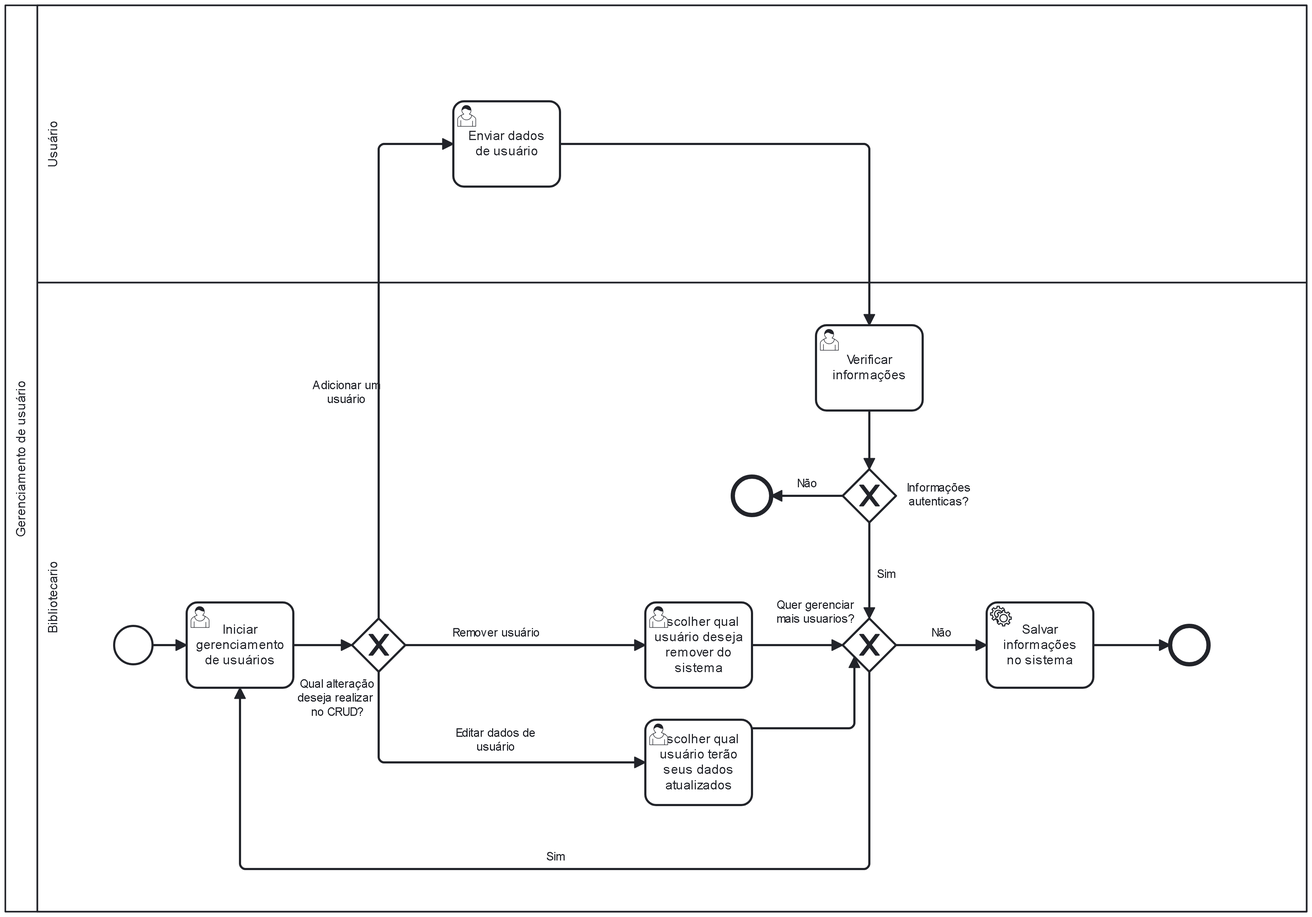
Before: docs/images/processoGU.png, a diagram exported from BPMN (arthurcuri/webook-tis2). Its source is kept beside it as docs/images/processoGU.bpmn. Ids are renumbered.
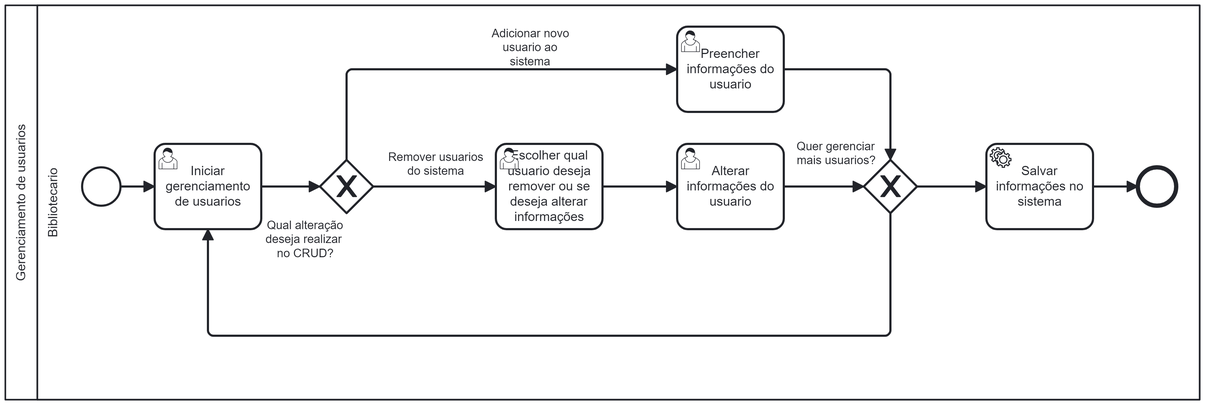
Above is the later version.

The edit, as a diff of the source:
```diff
@@ -1,240 +1,167 @@
-<bpmn:definitions xmlns:bpmn="http://www.omg.org/spec/BPMN/20100524/MODEL" xmlns:bpmndi="http://www.omg.org/spec/BPMN/20100524/DI" xmlns:dc="http://www.omg.org/spec/DD/20100524/DC" xmlns:di="http://www.omg.org/spec/DD/20100524/DI" xmlns:modeler="http://camunda.org/schema/modeler/1.0" id="Definitions_n1" targetNamespace="http://bpmn.io/schema/bpmn" exporter="Camunda Modeler" exporterVersion="5.20.0" modeler:executionPlatform="Camunda Cloud" modeler:executionPlatformVersion="8.4.0">
-  <bpmn:collaboration id="Collaboration_n2">
-    <bpmn:participant id="Participant_n3" name="Gerenciamento de usuário" processRef="Process_n4" />
+<bpmn:definitions xmlns:bpmn="http://www.omg.org/spec/BPMN/20100524/MODEL" xmlns:bpmndi="http://www.omg.org/spec/BPMN/20100524/DI" xmlns:dc="http://www.omg.org/spec/DD/20100524/DC" xmlns:di="http://www.omg.org/spec/DD/20100524/DI" xmlns:modeler="http://camunda.org/schema/modeler/1.0" id="Definitions_n1" targetNamespace="http://bpmn.io/schema/bpmn" exporter="Camunda Modeler" exporterVersion="5.22.0" modeler:executionPlatform="Camunda Cloud" modeler:executionPlatformVersion="8.4.0">
+  <bpmn:collaboration id="Collaboration_n52">
+    <bpmn:participant id="Participant_n53" name="Gerenciamento de usuarios" processRef="Process_n54" />
   </bpmn:collaboration>
-  <bpmn:process id="Process_n4" isExecutable="true">
-    <bpmn:laneSet id="LaneSet_n5">
-      <bpmn:lane id="Lane_n6" name="Usuário">
-        <bpmn:flowNodeRef>Activity_n7</bpmn:flowNodeRef>
-      </bpmn:lane>
-      <bpmn:lane id="Lane_n8" name="Bibliotecario">
-        <bpmn:flowNodeRef>Event_n9</bpmn:flowNodeRef>
-        <bpmn:flowNodeRef>Event_n10</bpmn:flowNodeRef>
-        <bpmn:flowNodeRef>Activity_n11</bpmn:flowNodeRef>
-        <bpmn:flowNodeRef>Gateway_n12</bpmn:flowNodeRef>
-        <bpmn:flowNodeRef>Gateway_n13</bpmn:flowNodeRef>
-        <bpmn:flowNodeRef>Activity_n14</bpmn:flowNodeRef>
-        <bpmn:flowNodeRef>Activity_n15</bpmn:flowNodeRef>
-        <bpmn:flowNodeRef>Activity_n16</bpmn:flowNodeRef>
-        <bpmn:flowNodeRef>Activity_n17</bpmn:flowNodeRef>
-        <bpmn:flowNodeRef>Gateway_n18</bpmn:flowNodeRef>
-        <bpmn:flowNodeRef>Event_n19</bpmn:flowNodeRef>
+  <bpmn:process id="Process_n54" isExecutable="true">
+    <bpmn:laneSet id="LaneSet_n55">
+      <bpmn:lane id="Lane_n56" name="Bibliotecario">
+        <bpmn:flowNodeRef>Event_n57</bpmn:flowNodeRef>
+        <bpmn:flowNodeRef>Gateway_n58</bpmn:flowNodeRef>
+        <bpmn:flowNodeRef>Event_n59</bpmn:flowNodeRef>
+        <bpmn:flowNodeRef>Activity_n60</bpmn:flowNodeRef>
+        <bpmn:flowNodeRef>Activity_n61</bpmn:flowNodeRef>
+        <bpmn:flowNodeRef>Activity_n62</bpmn:flowNodeRef>
+        <bpmn:flowNodeRef>Activity_n63</bpmn:flowNodeRef>
+        <bpmn:flowNodeRef>Gateway_n64</bpmn:flowNodeRef>
+        <bpmn:flowNodeRef>Activity_n65</bpmn:flowNodeRef>
       </bpmn:lane>
     </bpmn:laneSet>
-    <bpmn:userTask id="Activity_n7" name="Enviar dados de usuário">
-      <bpmn:incoming>Flow_n20</bpmn:incoming>
-      <bpmn:outgoing>Flow_n21</bpmn:outgoing>
+    <bpmn:startEvent id="Event_n57">
+      <bpmn:outgoing>Flow_n66</bpmn:outgoing>
+    </bpmn:startEvent>
+    <bpmn:exclusiveGateway id="Gateway_n58" name="Qual alteração deseja realizar   no CRUD?">
+      <bpmn:incoming>Flow_n67</bpmn:incoming>
+      <bpmn:outgoing>Flow_n68</bpmn:outgoing>
+      <bpmn:outgoing>Flow_n69</bpmn:outgoing>
+    </bpmn:exclusiveGateway>
+    <bpmn:endEvent id="Event_n59">
+      <bpmn:incoming>Flow_n70</bpmn:incoming>
+    </bpmn:endEvent>
+    <bpmn:userTask id="Activity_n60" name="Iniciar gerenciamento de usuarios">
+      <bpmn:incoming>Flow_n66</bpmn:incoming>
+      <bpmn:incoming>Flow_n71</bpmn:incoming>
+      <bpmn:outgoing>Flow_n67</bpmn:outgoing>
     </bpmn:userTask>
-    <bpmn:startEvent id="Event_n9">
-      <bpmn:outgoing>Flow_n22</bpmn:outgoing>
-    </bpmn:startEvent>
-    <bpmn:endEvent id="Event_n10">
-      <bpmn:incoming>Flow_n23</bpmn:incoming>
-    </bpmn:endEvent>
-    <bpmn:serviceTask id="Activity_n11" name="Salvar informações no sistema">
-      <bpmn:incoming>Flow_n24</bpmn:incoming>
-      <bpmn:outgoing>Flow_n23</bpmn:outgoing>
+    <bpmn:userTask id="Activity_n61" name="Escolher qual usuario deseja remover ou se deseja alterar informações">
+      <bpmn:incoming>Flow_n69</bpmn:incoming>
+      <bpmn:outgoing>Flow_n72</bpmn:outgoing>
+    </bpmn:userTask>
+    <bpmn:userTask id="Activity_n62" name="Alterar informações do usuario">
+      <bpmn:incoming>Flow_n72</bpmn:incoming>
+      <bpmn:outgoing>Flow_n73</bpmn:outgoing>
+    </bpmn:userTask>
+    <bpmn:serviceTask id="Activity_n63" name="Salvar informações no sistema">
+      <bpmn:incoming>Flow_n74</bpmn:incoming>
+      <bpmn:outgoing>Flow_n70</bpmn:outgoing>
     </bpmn:serviceTask>
-    <bpmn:exclusiveGateway id="Gateway_n12" name="Qual alteração deseja realizar   no CRUD?">
-      <bpmn:incoming>Flow_n25</bpmn:incoming>
-      <bpmn:outgoing>Flow_n26</bpmn:outgoing>
-      <bpmn:outgoing>Flow_n27</bpmn:outgoing>
-      <bpmn:outgoing>Flow_n20</bpmn:outgoing>
+    <bpmn:exclusiveGateway id="Gateway_n64" name="Quer gerenciar mais usuarios?">
+      <bpmn:incoming>Flow_n73</bpmn:incoming>
+      <bpmn:incoming>Flow_n75</bpmn:incoming>
+      <bpmn:outgoing>Flow_n71</bpmn:outgoing>
+      <bpmn:outgoing>Flow_n74</bpmn:outgoing>
     </bpmn:exclusiveGateway>
-    <bpmn:exclusiveGateway id="Gateway_n13" name="Quer gerenciar mais usuarios?">
-      <bpmn:incoming>Flow_n28</bpmn:incoming>
-      <bpmn:incoming>Flow_n29</bpmn:incoming>
-      <bpmn:incoming>Flow_n30</bpmn:incoming>
-      <bpmn:outgoing>Flow_n24</bpmn:outgoing>
-      <bpmn:outgoing>Flow_n31</bpmn:outgoing>
-    </bpmn:exclusiveGateway>
-    <bpmn:userTask id="Activity_n14" name="Iniciar gerenciamento de usuários">
-      <bpmn:incoming>Flow_n22</bpmn:incoming>
-      <bpmn:incoming>Flow_n31</bpmn:incoming>
-      <bpmn:outgoing>Flow_n25</bpmn:outgoing>
+    <bpmn:userTask id="Activity_n65" name="Preencher informações do usuario">
+      <bpmn:incoming>Flow_n68</bpmn:incoming>
+      <bpmn:outgoing>Flow_n75</bpmn:outgoing>
     </bpmn:userTask>
-    <bpmn:userTask id="Activity_n15" name="Escolher qual usuário deseja remover do sistema">
-      <bpmn:incoming>Flow_n26</bpmn:incoming>
-      <bpmn:outgoing>Flow_n28</bpmn:outgoing>
-    </bpmn:userTask>
-    <bpmn:userTask id="Activity_n16" name="Escolher qual usuário terão seus dados atualizados">
-      <bpmn:incoming>Flow_n27</bpmn:incoming>
-      <bpmn:outgoing>Flow_n29</bpmn:outgoing>
-    </bpmn:userTask>
-    <bpmn:sequenceFlow id="Flow_n22" sourceRef="Event_n9" targetRef="Activity_n14" />
-    <bpmn:sequenceFlow id="Flow_n23" sourceRef="Activity_n11" targetRef="Event_n10" />
-    <bpmn:sequenceFlow id="Flow_n24" name="Não" sourceRef="Gateway_n13" targetRef="Activity_n11" />
-    <bpmn:sequenceFlow id="Flow_n25" sourceRef="Activity_n14" targetRef="Gateway_n12" />
-    <bpmn:sequenceFlow id="Flow_n26" name="Remover usuário" sourceRef="Gateway_n12" targetRef="Activity_n15" />
-    <bpmn:sequenceFlow id="Flow_n27" name="Editar dados de usuário" sourceRef="Gateway_n12" targetRef="Activity_n16" />
-    <bpmn:sequenceFlow id="Flow_n28" sourceRef="Activity_n15" targetRef="Gateway_n13" />
-    <bpmn:sequenceFlow id="Flow_n29" sourceRef="Activity_n16" targetRef="Gateway_n13" />
-    <bpmn:sequenceFlow id="Flow_n31" name="Sim" sourceRef="Gateway_n13" targetRef="Activity_n14" />
-    <bpmn:userTask id="Activity_n17" name="Verificar informações">
-      <bpmn:incoming>Flow_n21</bpmn:incoming>
-      <bpmn:outgoing>Flow_n32</bpmn:outgoing>
-    </bpmn:userTask>
-    <bpmn:exclusiveGateway id="Gateway_n18" name="Informações autenticas?">
-      <bpmn:incoming>Flow_n32</bpmn:incoming>
-      <bpmn:outgoing>Flow_n30</bpmn:outgoing>
-      <bpmn:outgoing>Flow_n33</bpmn:outgoing>
-    </bpmn:exclusiveGateway>
-    <bpmn:sequenceFlow id="Flow_n32" sourceRef="Activity_n17" targetRef="Gateway_n18" />
-    <bpmn:endEvent id="Event_n19">
-      <bpmn:incoming>Flow_n33</bpmn:incoming>
-    </bpmn:endEvent>
-    <bpmn:sequenceFlow id="Flow_n30" name="Sim" sourceRef="Gateway_n18" targetRef="Gateway_n13" />
-    <bpmn:sequenceFlow id="Flow_n33" name="Não" sourceRef="Gateway_n18" targetRef="Event_n19" />
-    <bpmn:sequenceFlow id="Flow_n20" name="Adicionar um usuário" sourceRef="Gateway_n12" targetRef="Activity_n7" />
-    <bpmn:sequenceFlow id="Flow_n21" sourceRef="Activity_n7" targetRef="Activity_n17" />
+    <bpmn:sequenceFlow id="Flow_n66" sourceRef="Event_n57" targetRef="Activity_n60" />
+    <bpmn:sequenceFlow id="Flow_n67" sourceRef="Activity_n60" targetRef="Gateway_n58" />
+    <bpmn:sequenceFlow id="Flow_n68" name="Adicionar novo usuario ao sistema" sourceRef="Gateway_n58" targetRef="Activity_n65" />
+    <bpmn:sequenceFlow id="Flow_n69" name="Remover usuarios do sistema" sourceRef="Gateway_n58" targetRef="Activity_n61" />
+    <bpmn:sequenceFlow id="Flow_n70" sourceRef="Activity_n63" targetRef="Event_n59" />
+    <bpmn:sequenceFlow id="Flow_n71" sourceRef="Gateway_n64" targetRef="Activity_n60" />
+    <bpmn:sequenceFlow id="Flow_n72" sourceRef="Activity_n61" targetRef="Activity_n62" />
+    <bpmn:sequenceFlow id="Flow_n73" sourceRef="Activity_n62" targetRef="Gateway_n64" />
+    <bpmn:sequenceFlow id="Flow_n74" sourceRef="Gateway_n64" targetRef="Activity_n63" />
+    <bpmn:sequenceFlow id="Flow_n75" sourceRef="Activity_n65" targetRef="Gateway_n64" />
   </bpmn:process>
   <bpmndi:BPMNDiagram id="BPMNDiagram_1">
-    <bpmndi:BPMNPlane id="BPMNPlane_1" bpmnElement="Collaboration_n2">
-      <bpmndi:BPMNShape id="Participant_n3_di" bpmnElement="Participant_n3" isHorizontal="true">
-        <dc:Bounds x="160" y="80" width="1220" height="850" />
+    <bpmndi:BPMNPlane id="BPMNPlane_1" bpmnElement="Collaboration_n52">
+      <bpmndi:BPMNShape id="BPMNShape_n76" bpmnElement="Participant_n53" isHorizontal="true">
+        <dc:Bounds x="160" y="80" width="1120" height="370" />
         <bpmndi:BPMNLabel />
       </bpmndi:BPMNShape>
-      <bpmndi:BPMNShape id="Lane_n8_di" bpmnElement="Lane_n8" isHorizontal="true">
-        <dc:Bounds x="190" y="340" width="1190" height="590" />
+      <bpmndi:BPMNShape id="BPMNShape_n77" bpmnElement="Lane_n56" isHorizontal="true">
+        <dc:Bounds x="190" y="80" width="1090" height="370" />
         <bpmndi:BPMNLabel />
       </bpmndi:BPMNShape>
-      <bpmndi:BPMNShape id="Lane_n6_di" bpmnElement="Lane_n6" isHorizontal="true">
-        <dc:Bounds x="190" y="80" width="1190" height="260" />
+      <bpmndi:BPMNShape id="BPMNShape_n78" bpmnElement="Event_n57">
+        <dc:Bounds x="232" y="232" width="36" height="36" />
+      </bpmndi:BPMNShape>
+      <bpmndi:BPMNShape id="BPMNShape_n79" bpmnElement="Gateway_n58" isMarkerVisible="true">
+        <dc:Bounds x="455" y="225" width="50" height="50" />
+        <bpmndi:BPMNLabel>
+          <dc:Bounds x="404" y="280" width="75" height="40" />
+        </bpmndi:BPMNLabel>
+      </bpmndi:BPMNShape>
+      <bpmndi:BPMNShape id="BPMNShape_n80" bpmnElement="Event_n59">
+        <dc:Bounds x="1222" y="232" width="36" height="36" />
+      </bpmndi:BPMNShape>
+      <bpmndi:BPMNShape id="BPMNShape_n81" bpmnElement="Activity_n60">
+        <dc:Bounds x="300" y="210" width="100" height="80" />
         <bpmndi:BPMNLabel />
       </bpmndi:BPMNShape>
-      <bpmndi:BPMNShape id="Activity_0553rb0_di" bpmnElement="Activity_n7">
-        <dc:Bounds x="580" y="170" width="100" height="80" />
+      <bpmndi:BPMNShape id="BPMNShape_n82" bpmnElement="Activity_n61">
+        <dc:Bounds x="620" y="210" width="100" height="80" />
         <bpmndi:BPMNLabel />
       </bpmndi:BPMNShape>
-      <bpmndi:BPMNShape id="BPMNShape_n34" bpmnElement="Event_n9">
-        <dc:Bounds x="262" y="662" width="36" height="36" />
-      </bpmndi:BPMNShape>
-      <bpmndi:BPMNShape id="BPMNShape_n35" bpmnElement="Event_n10">
-        <dc:Bounds x="1252" y="662" width="36" height="36" />
-      </bpmndi:BPMNShape>
-      <bpmndi:BPMNShape id="BPMNShape_n36" bpmnElement="Activity_n11">
-        <dc:Bounds x="1080" y="640" width="100" height="80" />
+      <bpmndi:BPMNShape id="BPMNShape_n83" bpmnElement="Activity_n62">
+        <dc:Bounds x="790" y="210" width="100" height="80" />
         <bpmndi:BPMNLabel />
       </bpmndi:BPMNShape>
-      <bpmndi:BPMNShape id="BPMNShape_n37" bpmnElement="Gateway_n12" isMarkerVisible="true">
-        <dc:Bounds x="485" y="655" width="50" height="50" />
+      <bpmndi:BPMNShape id="BPMNShape_n84" bpmnElement="Activity_n63">
+        <dc:Bounds x="1080" y="210" width="100" height="80" />
+        <bpmndi:BPMNLabel />
+      </bpmndi:BPMNShape>
+      <bpmndi:BPMNShape id="BPMNShape_n85" bpmnElement="Gateway_n64" isMarkerVisible="true">
+        <dc:Bounds x="965" y="225" width="50" height="50" />
         <bpmndi:BPMNLabel>
-          <dc:Bounds x="434" y="710" width="74" height="40" />
+          <dc:Bounds x="902" y="206" width="75" height="27" />
         </bpmndi:BPMNLabel>
       </bpmndi:BPMNShape>
-      <bpmndi:BPMNShape id="BPMNShape_n38" bpmnElement="Gateway_n13" isMarkerVisible="true">
-        <dc:Bounds x="945" y="655" width="50" height="50" />
-        <bpmndi:BPMNLabel>
-          <dc:Bounds x="883" y="636" width="73" height="27" />
-        </bpmndi:BPMNLabel>
-      </bpmndi:BPMNShape>
-      <bpmndi:BPMNShape id="BPMNShape_n39" bpmnElement="Activity_n14">
-        <dc:Bounds x="330" y="640" width="100" height="80" />
+      <bpmndi:BPMNShape id="BPMNShape_n86" bpmnElement="Activity_n65">
+        <dc:Bounds x="790" y="100" width="100" height="80" />
         <bpmndi:BPMNLabel />
       </bpmndi:BPMNShape>
-      <bpmndi:BPMNShape id="BPMNShape_n40" bpmnElement="Activity_n15">
-        <dc:Bounds x="760" y="640" width="100" height="80" />
-        <bpmndi:BPMNLabel />
-      </bpmndi:BPMNShape>
-      <bpmndi:BPMNShape id="BPMNShape_n41" bpmnElement="Activity_n16">
-        <dc:Bounds x="760" y="750" width="100" height="80" />
-        <bpmndi:BPMNLabel />
-      </bpmndi:BPMNShape>
-      <bpmndi:BPMNShape id="BPMNShape_n42" bpmnElement="Activity_n17">
-        <dc:Bounds x="920" y="380" width="100" height="80" />
-        <bpmndi:BPMNLabel />
-      </bpmndi:BPMNShape>
-      <bpmndi:BPMNShape id="Gateway_n18_di" bpmnElement="Gateway_n18" isMarkerVisible="true">
-        <dc:Bounds x="945" y="515" width="50" height="50" />
+      <bpmndi:BPMNEdge id="BPMNEdge_n87" bpmnElement="Flow_n66">
+        <di:waypoint x="268" y="250" />
+        <di:waypoint x="300" y="250" />
+      </bpmndi:BPMNEdge>
+      <bpmndi:BPMNEdge id="BPMNEdge_n88" bpmnElement="Flow_n67">
+        <di:waypoint x="400" y="250" />
+        <di:waypoint x="455" y="250" />
+      </bpmndi:BPMNEdge>
+      <bpmndi:BPMNEdge id="BPMNEdge_n89" bpmnElement="Flow_n68">
+        <di:waypoint x="480" y="225" />
+        <di:waypoint x="480" y="140" />
+        <di:waypoint x="790" y="140" />
         <bpmndi:BPMNLabel>
-          <dc:Bounds x="1005" y="526" width="60" height="27" />
-        </bpmndi:BPMNLabel>
-      </bpmndi:BPMNShape>
-      <bpmndi:BPMNShape id="Event_n19_di" bpmnElement="Event_n19">
-        <dc:Bounds x="842" y="522" width="36" height="36" />
-      </bpmndi:BPMNShape>
-      <bpmndi:BPMNEdge id="BPMNEdge_n43" bpmnElement="Flow_n22">
-        <di:waypoint x="298" y="680" />
-        <di:waypoint x="330" y="680" />
-      </bpmndi:BPMNEdge>
-      <bpmndi:BPMNEdge id="BPMNEdge_n44" bpmnElement="Flow_n23">
-        <di:waypoint x="1180" y="680" />
-        <di:waypoint x="1252" y="680" />
-      </bpmndi:BPMNEdge>
-      <bpmndi:BPMNEdge id="BPMNEdge_n45" bpmnElement="Flow_n24">
-        <di:waypoint x="995" y="680" />
-        <di:waypoint x="1080" y="680" />
-        <bpmndi:BPMNLabel>
-          <dc:Bounds x="1028" y="662" width="19" height="14" />
+          <dc:Bounds x="616" y="100" width="73" height="40" />
         </bpmndi:BPMNLabel>
       </bpmndi:BPMNEdge>
-      <bpmndi:BPMNEdge id="BPMNEdge_n46" bpmnElement="Flow_n25">
-        <di:waypoint x="430" y="680" />
-        <di:waypoint x="485" y="680" />
-      </bpmndi:BPMNEdge>
-      <bpmndi:BPMNEdge id="BPMNEdge_n47" bpmnElement="Flow_n26">
-        <di:waypoint x="535" y="680" />
-        <di:waypoint x="760" y="680" />
+      <bpmndi:BPMNEdge id="BPMNEdge_n90" bpmnElement="Flow_n69">
+        <di:waypoint x="505" y="250" />
+        <di:waypoint x="620" y="250" />
         <bpmndi:BPMNLabel>
-          <dc:Bounds x="579" y="662" width="82" height="14" />
+          <dc:Bounds x="519" y="216" width="90" height="27" />
         </bpmndi:BPMNLabel>
       </bpmndi:BPMNEdge>
-      <bpmndi:BPMNEdge id="BPMNEdge_n48" bpmnElement="Flow_n27">
-        <di:waypoint x="510" y="705" />
-        <di:waypoint x="510" y="790" />
-        <di:waypoint x="760" y="790" />
-        <bpmndi:BPMNLabel>
-          <dc:Bounds x="582" y="756" width="75" height="27" />
-        </bpmndi:BPMNLabel>
+      <bpmndi:BPMNEdge id="BPMNEdge_n91" bpmnElement="Flow_n70">
+        <di:waypoint x="1180" y="250" />
+        <di:waypoint x="1222" y="250" />
       </bpmndi:BPMNEdge>
-      <bpmndi:BPMNEdge id="BPMNEdge_n49" bpmnElement="Flow_n28">
-        <di:waypoint x="860" y="680" />
-        <di:waypoint x="945" y="680" />
+      <bpmndi:BPMNEdge id="BPMNEdge_n92" bpmnElement="Flow_n71">
+        <di:waypoint x="990" y="275" />
+        <di:waypoint x="990" y="390" />
+        <di:waypoint x="350" y="390" />
+        <di:waypoint x="350" y="290" />
       </bpmndi:BPMNEdge>
-      <bpmndi:BPMNEdge id="BPMNEdge_n50" bpmnElement="Flow_n29">
-        <di:waypoint x="860" y="758" />
-        <di:waypoint x="956" y="758" />
-        <di:waypoint x="956" y="691" />
+      <bpmndi:BPMNEdge id="BPMNEdge_n93" bpmnElement="Flow_n72">
+        <di:waypoint x="720" y="250" />
+        <di:waypoint x="790" y="250" />
       </bpmndi:BPMNEdge>
-      <bpmndi:BPMNEdge id="BPMNEdge_n51" bpmnElement="Flow_n31">
-        <di:waypoint x="970" y="705" />
-        <di:waypoint x="970" y="890" />
-        <di:waypoint x="380" y="890" />
-        <di:waypoint x="380" y="720" />
-        <bpmndi:BPMNLabel>
-          <dc:Bounds x="667" y="872" width="17" height="14" />
-        </bpmndi:BPMNLabel>
+      <bpmndi:BPMNEdge id="BPMNEdge_n94" bpmnElement="Flow_n73">
+        <di:waypoint x="890" y="250" />
+        <di:waypoint x="965" y="250" />
       </bpmndi:BPMNEdge>
-      <bpmndi:BPMNEdge id="Flow_n32_di" bpmnElement="Flow_n32">
-        <di:waypoint x="970" y="460" />
-        <di:waypoint x="970" y="515" />
+      <bpmndi:BPMNEdge id="BPMNEdge_n95" bpmnElement="Flow_n74">
+        <di:waypoint x="1015" y="250" />
+        <di:waypoint x="1080" y="250" />
       </bpmndi:BPMNEdge>
-      <bpmndi:BPMNEdge id="Flow_n30_di" bpmnElement="Flow_n30">
-        <di:waypoint x="970" y="565" />
-        <di:waypoint x="970" y="655" />
-        <bpmndi:BPMNLabel>
-          <dc:Bounds x="977" y="607" width="17" height="14" />
-        </bpmndi:BPMNLabel>
-      </bpmndi:BPMNEdge>
-      <bpmndi:BPMNEdge id="Flow_n33_di" bpmnElement="Flow_n33">
-        <di:waypoint x="945" y="540" />
-        <di:waypoint x="878" y="540" />
-        <bpmndi:BPMNLabel>
-          <dc:Bounds x="902" y="522" width="19" height="14" />
-        </bpmndi:BPMNLabel>
-      </bpmndi:BPMNEdge>
-      <bpmndi:BPMNEdge id="Flow_n20_di" bpmnElement="Flow_n20">
-        <di:waypoint x="510" y="655" />
-        <di:waypoint x="510" y="210" />
-        <di:waypoint x="580" y="210" />
-        <bpmndi:BPMNLabel>
-          <dc:Bounds x="448" y="430" width="63" height="27" />
-        </bpmndi:BPMNLabel>
-      </bpmndi:BPMNEdge>
-      <bpmndi:BPMNEdge id="Flow_n21_di" bpmnElement="Flow_n21">
-        <di:waypoint x="680" y="210" />
-        <di:waypoint x="970" y="210" />
-        <di:waypoint x="970" y="380" />
+      <bpmndi:BPMNEdge id="BPMNEdge_n96" bpmnElement="Flow_n75">
+        <di:waypoint x="890" y="140" />
+        <di:waypoint x="990" y="140" />
+        <di:waypoint x="990" y="225" />
       </bpmndi:BPMNEdge>
     </bpmndi:BPMNPlane>
   </bpmndi:BPMNDiagram>
```
